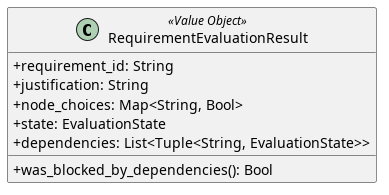
Above: src/PB/DocumentazioneEsterna/Specifica_Tecnica/content/05-diagrammi-classi/uml/png/Dominio/RequirementEvaluationResult.png in GroupRubberDuck/Documentazione (PlantUML), before the change.
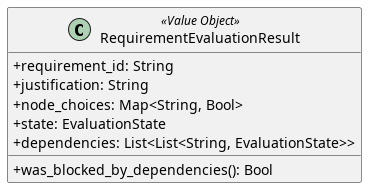
The same file after the commit.

What changed in the source:
```diff
@@ -7,7 +7,7 @@
     + justification: String
     + node_choices: Map<String, Bool>
     + state: EvaluationState
-    + dependencies: List<Tuple<String, EvaluationState>>
+    + dependencies: List<List<String, EvaluationState>>
 
     + was_blocked_by_dependencies(): Bool
 }
```
